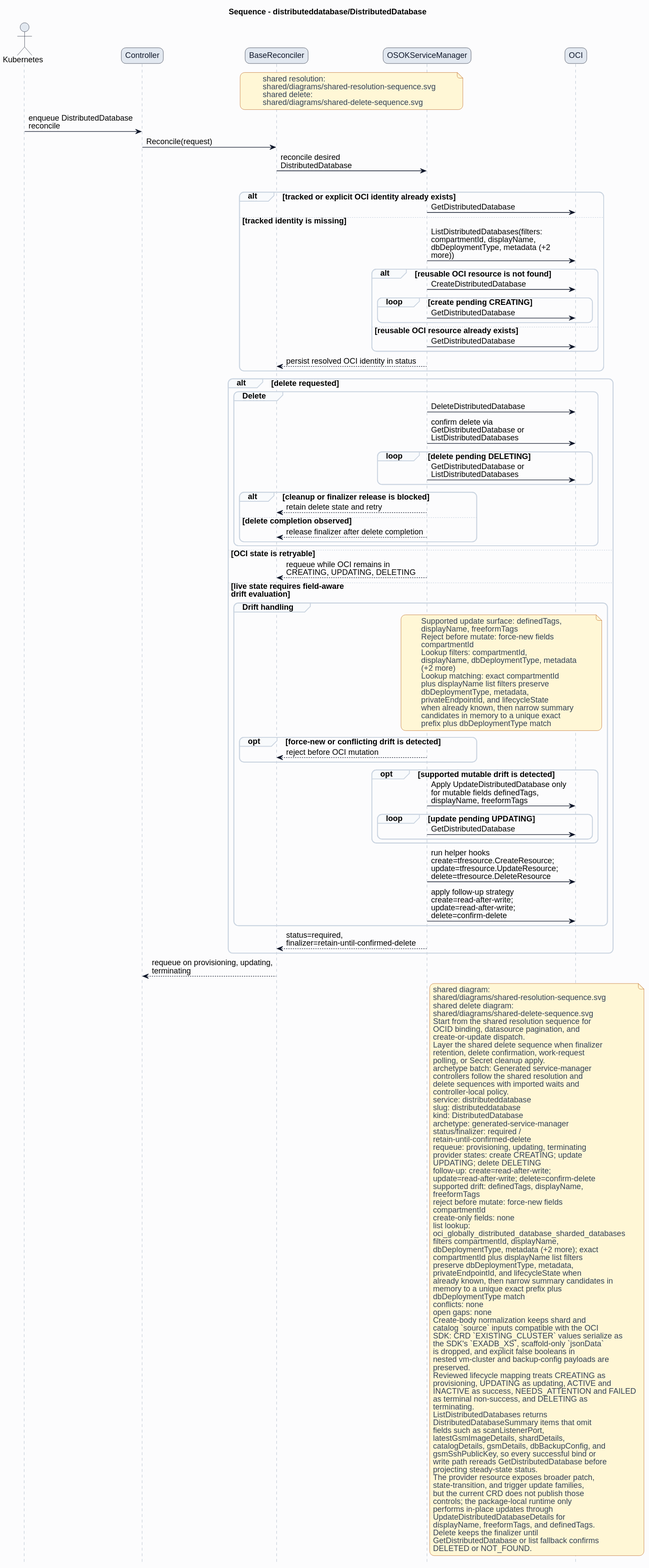
HaoyL666/oci-service-operator keeps this PlantUML diagram as formal/controllers/distributeddatabase/distributeddatabase/diagrams/sequence.svg. Above is the earlier version.
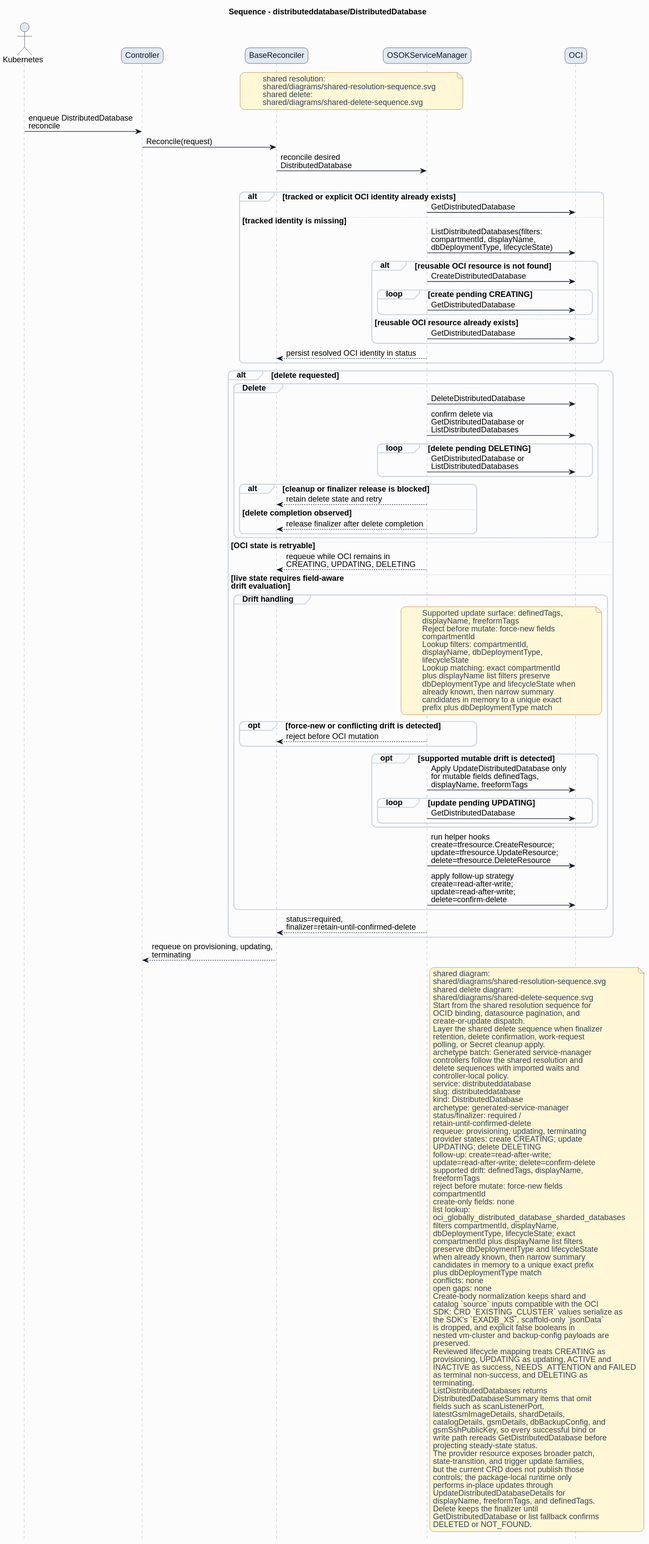
After the commit.

The edit, as a diff of the source:
```diff
@@ -38,7 +38,7 @@
 alt tracked or explicit OCI identity already exists
 ServiceManager -> OCI: GetDistributedDatabase
 else tracked identity is missing
-ServiceManager -> OCI: ListDistributedDatabases(filters:\ncompartmentId, displayName,\ndbDeploymentType, metadata (+2\nmore))
+ServiceManager -> OCI: ListDistributedDatabases(filters:\ncompartmentId, displayName,\ndbDeploymentType, lifecycleState)
 alt reusable OCI resource is not found
 ServiceManager -> OCI: CreateDistributedDatabase
 loop create pending CREATING
@@ -72,13 +72,12 @@
 Reject before mutate: force-new fields
 compartmentId
 Lookup filters: compartmentId,
-displayName, dbDeploymentType, metadata
-(+2 more)
+displayName, dbDeploymentType,
+lifecycleState
 Lookup matching: exact compartmentId
 plus displayName list filters preserve
-dbDeploymentType, metadata,
-privateEndpointId, and lifecycleState
-when already known, then narrow summary
+dbDeploymentType and lifecycleState when
+already known, then narrow summary
 candidates in memory to a unique exact
 prefix plus dbDeploymentType match
 end note
@@ -131,13 +130,12 @@
 list lookup:
 oci_globally_distributed_database_sharded_databases
 filters compartmentId, displayName,
-dbDeploymentType, metadata (+2 more); exact
+dbDeploymentType, lifecycleState; exact
 compartmentId plus displayName list filters
-preserve dbDeploymentType, metadata,
-privateEndpointId, and lifecycleState when
-already known, then narrow summary candidates in
-memory to a unique exact prefix plus
-dbDeploymentType match
+preserve dbDeploymentType and lifecycleState
+when already known, then narrow summary
+candidates in memory to a unique exact prefix
+plus dbDeploymentType match
 conflicts: none
 open gaps: none
 Create-body normalization keeps shard and
```
